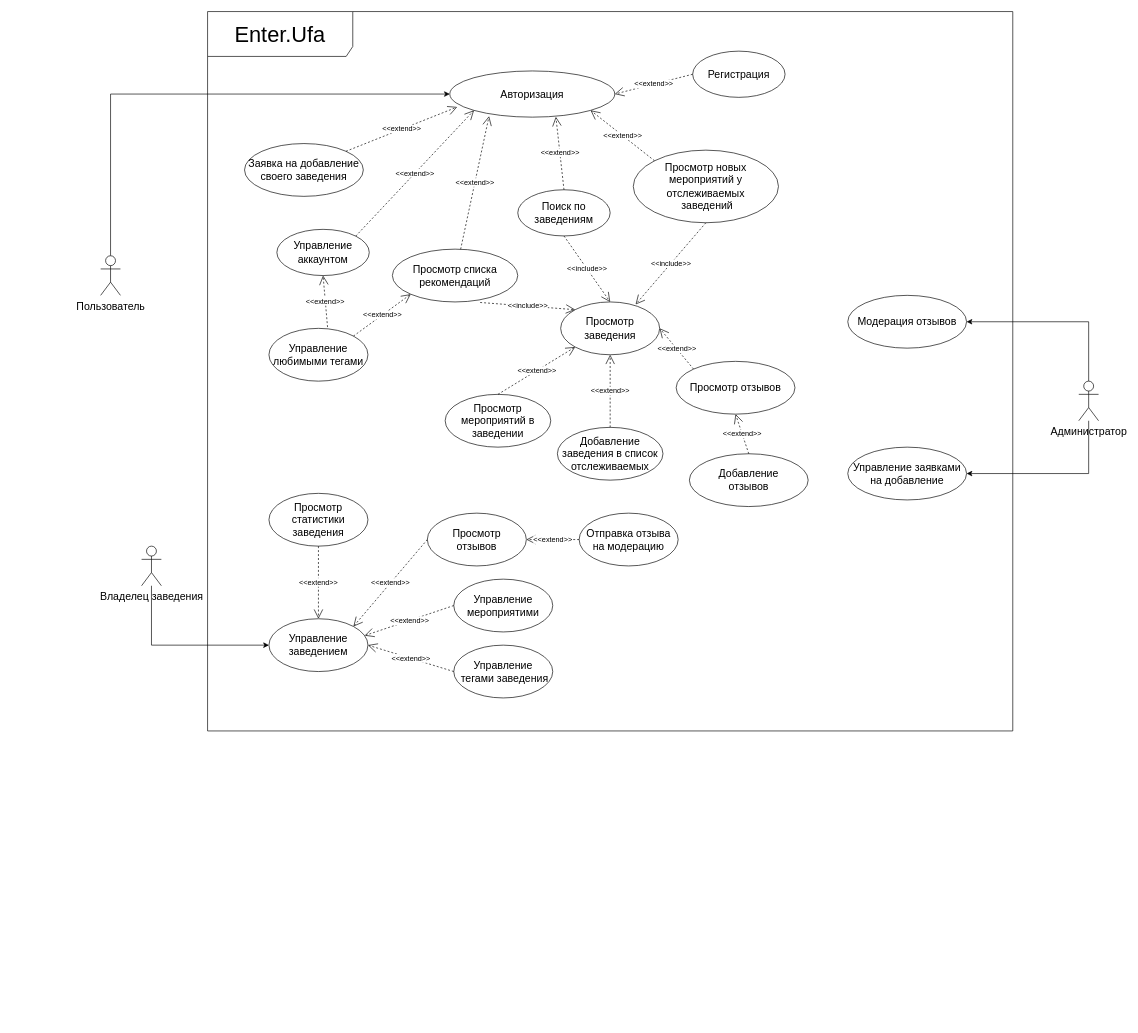
This is use case.drawio.xml from romka3214/diplom_docs, a draw.io file, before an edit. Source tidied: cells renumbered, new cells numbered last; positions are measured from the earlier drawing's top-left corner, leaving out a move shared by most shapes. Both pictures are drawn from the tidied source at 66%, with x=0, y=0 at pixel (100, 11).
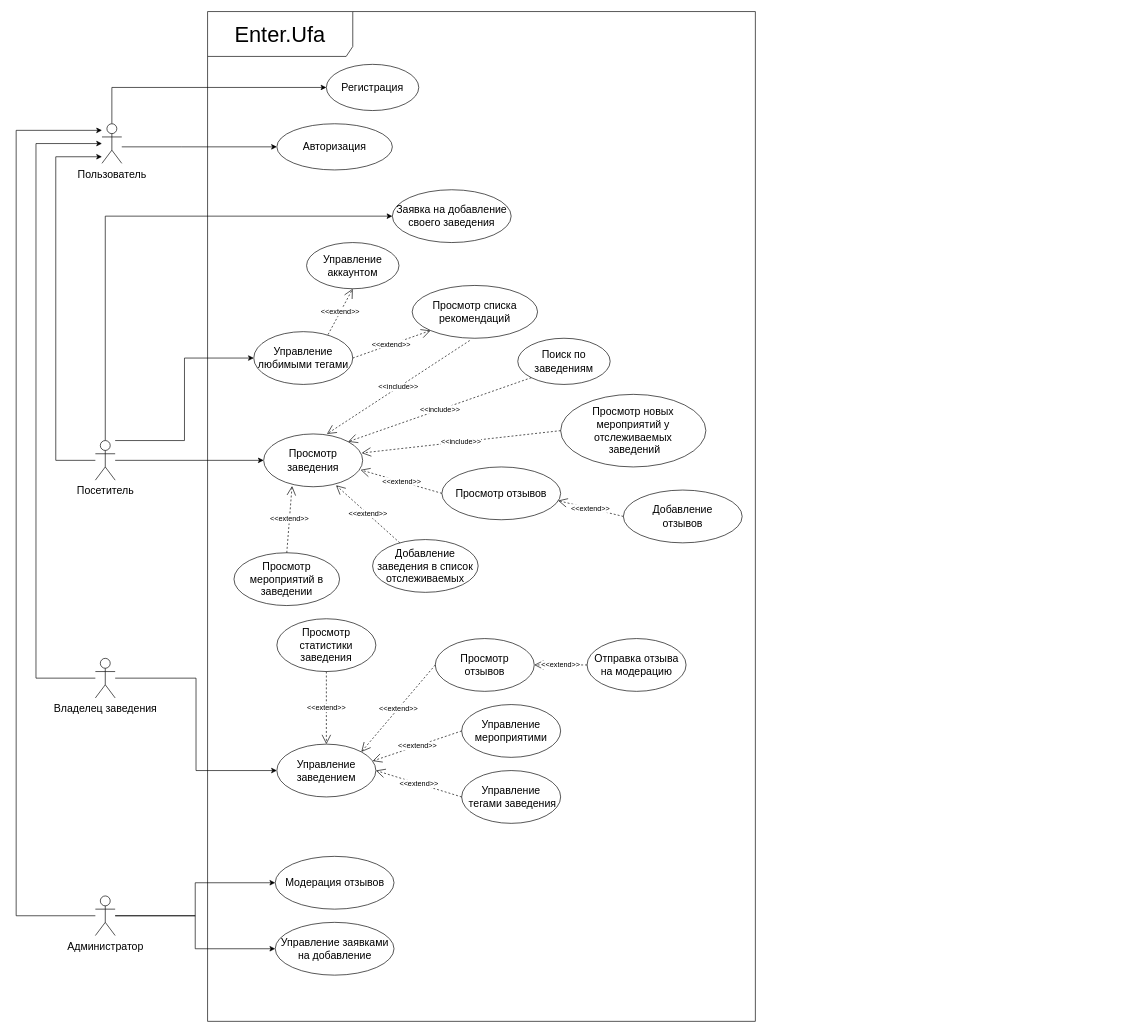
The same page after the edit.

What changed in the source:
```diff
@@
+    <mxCell id="51" style="edgeStyle=orthogonalEdgeStyle;rounded=0;jettySize=auto;html=1;entryX=0;entryY=0.5;entryDx=0;entryDy=0;" parent="1" edge="1" source="3" target="44">
+      <mxGeometry relative="1" as="geometry">
+        <Array as="points">
+          <mxPoint x="17" y="115" />
+        </Array>
+      </mxGeometry>
+    </mxCell>
     <mxCell id="2" style="edgeStyle=orthogonalEdgeStyle;rounded=0;jettySize=auto;html=1;entryX=0;entryY=0.5;entryDx=0;entryDy=0;" parent="1" edge="1" source="3" target="29">
       <mxGeometry relative="1" as="geometry">
         <Array as="points">
-          <mxPoint x="15" y="125" />
+          <mxPoint x="122" y="205" />
+          <mxPoint x="122" y="205" />
         </Array>
       </mxGeometry>
     </mxCell>
     <mxCell id="3" value="Пользователь" style="shape=umlActor;verticalLabelPosition=bottom;verticalAlign=top;html=1;fontSize=16;" parent="1" vertex="1">
-      <mxGeometry y="370" width="30" height="60" as="geometry" />
+      <mxGeometry x="2" y="170" width="30" height="60" as="geometry" />
     </mxCell>
-    <mxCell id="4" style="edgeStyle=orthogonalEdgeStyle;rounded=0;jettySize=auto;html=1;entryX=1;entryY=0.5;entryDx=0;entryDy=0;" parent="1" edge="1" source="6" target="22">
-      <mxGeometry relative="1" as="geometry">
-        <Array as="points">
-          <mxPoint x="1497" y="470" />
-        </Array>
-      </mxGeometry>
+    <mxCell id="4" style="edgeStyle=orthogonalEdgeStyle;rounded=0;jettySize=auto;html=1;entryX=0;entryY=0.5;entryDx=0;entryDy=0;" parent="1" edge="1" source="6" target="22">
+      <mxGeometry relative="1" as="geometry" />
     </mxCell>
-    <mxCell id="5" style="edgeStyle=orthogonalEdgeStyle;rounded=0;jettySize=auto;html=1;entryX=1;entryY=0.5;entryDx=0;entryDy=0;" parent="1" edge="1" source="6" target="21">
-      <mxGeometry relative="1" as="geometry">
-        <Array as="points">
-          <mxPoint x="1497" y="700" />
-        </Array>
-      </mxGeometry>
+    <mxCell id="5" style="edgeStyle=orthogonalEdgeStyle;rounded=0;jettySize=auto;html=1;entryX=0;entryY=0.5;entryDx=0;entryDy=0;" parent="1" edge="1" source="6" target="21">
+      <mxGeometry relative="1" as="geometry" />
     </mxCell>
+    <mxCell id="52" style="edgeStyle=orthogonalEdgeStyle;rounded=0;jettySize=auto;html=1;" parent="1" edge="1" source="6" target="3">
+      <mxGeometry relative="1" as="geometry">
+        <Array as="points">
+          <mxPoint x="-128" y="1370" />
+          <mxPoint x="-128" y="180" />
+        </Array>
+      </mxGeometry>
+    </mxCell>
     <mxCell id="6" value="Администратор" style="shape=umlActor;verticalLabelPosition=bottom;verticalAlign=top;html=1;fontSize=16;" parent="1" vertex="1">
-      <mxGeometry x="1482" y="560" width="30" height="60" as="geometry" />
+      <mxGeometry x="-8" y="1340" width="30" height="60" as="geometry" />
     </mxCell>
     <mxCell id="7" style="edgeStyle=orthogonalEdgeStyle;rounded=0;jettySize=auto;html=1;entryX=0;entryY=0.5;entryDx=0;entryDy=0;" parent="1" edge="1" source="8" target="18">
-      <mxGeometry relative="1" as="geometry">
-        <Array as="points">
-          <mxPoint x="77" y="960" />
-        </Array>
-      </mxGeometry>
+      <mxGeometry relative="1" as="geometry" />
     </mxCell>
-    <mxCell id="8" value="Владелец заведения" style="shape=umlActor;verticalLabelPosition=bottom;verticalAlign=top;html=1;fontSize=16;" parent="1" vertex="1">
-      <mxGeometry x="62" y="810" width="30" height="60" as="geometry" />
-    </mxCell>
     <mxCell id="9" value="Поиск по заведениям" style="ellipse;whiteSpace=wrap;html=1;fontSize=16;" parent="1" vertex="1">
-      <mxGeometry x="632" y="270" width="140" height="70" as="geometry" />
+      <mxGeometry x="632" y="495" width="140" height="70" as="geometry" />
     </mxCell>
     <mxCell id="10" value="Управление аккаунтом" style="ellipse;whiteSpace=wrap;html=1;fontSize=16;" parent="1" vertex="1">
-      <mxGeometry x="267" y="330" width="140" height="70" as="geometry" />
+      <mxGeometry x="312" y="350" width="140" height="70" as="geometry" />
     </mxCell>
     <mxCell id="11" value="Просмотр заведения" style="ellipse;whiteSpace=wrap;html=1;fontSize=16;" parent="1" vertex="1">
-      <mxGeometry x="697" y="440" width="150" height="80" as="geometry" />
+      <mxGeometry x="247" y="640" width="150" height="80" as="geometry" />
     </mxCell>
     <mxCell id="12" value="Просмотр мероприятий в заведении" style="ellipse;whiteSpace=wrap;html=1;fontSize=16;" parent="1" vertex="1">
-      <mxGeometry x="522" y="580" width="160" height="80" as="geometry" />
+      <mxGeometry x="202" y="820" width="160" height="80" as="geometry" />
     </mxCell>
     <mxCell id="13" value="Просмотр отзывов" style="ellipse;whiteSpace=wrap;html=1;fontSize=16;" parent="1" vertex="1">
-      <mxGeometry x="872" y="530" width="180" height="80" as="geometry" />
+      <mxGeometry x="517" y="690" width="180" height="80" as="geometry" />
     </mxCell>
     <mxCell id="14" value="Просмотр списка рекомендаций" style="ellipse;whiteSpace=wrap;html=1;fontSize=16;" parent="1" vertex="1">
-      <mxGeometry x="442" y="360" width="190" height="80" as="geometry" />
+      <mxGeometry x="472" y="415" width="190" height="80" as="geometry" />
     </mxCell>
     <mxCell id="15" value="Добавление заведения в список отслеживаемых" style="ellipse;whiteSpace=wrap;html=1;fontSize=16;" parent="1" vertex="1">
-      <mxGeometry x="692" y="630" width="160" height="80" as="geometry" />
+      <mxGeometry x="412" y="800" width="160" height="80" as="geometry" />
     </mxCell>
     <mxCell id="16" value="Просмотр статистики заведения" style="ellipse;whiteSpace=wrap;html=1;fontSize=16;" parent="1" vertex="1">
-      <mxGeometry x="255" y="730" width="150" height="80" as="geometry" />
+      <mxGeometry x="267" y="920" width="150" height="80" as="geometry" />
     </mxCell>
     <mxCell id="17" value="Управление мероприятими" style="ellipse;whiteSpace=wrap;html=1;fontSize=16;" parent="1" vertex="1">
-      <mxGeometry x="535" y="860" width="150" height="80" as="geometry" />
+      <mxGeometry x="547" y="1050" width="150" height="80" as="geometry" />
     </mxCell>
     <mxCell id="18" value="Управление заведением" style="ellipse;whiteSpace=wrap;html=1;fontSize=16;" parent="1" vertex="1">
-      <mxGeometry x="255" y="920" width="150" height="80" as="geometry" />
+      <mxGeometry x="267" y="1110" width="150" height="80" as="geometry" />
     </mxCell>
     <mxCell id="19" value="Просмотр &lt;br&gt;отзывов" style="ellipse;whiteSpace=wrap;html=1;fontSize=16;" parent="1" vertex="1">
-      <mxGeometry x="495" y="760" width="150" height="80" as="geometry" />
+      <mxGeometry x="507" y="950" width="150" height="80" as="geometry" />
     </mxCell>
     <mxCell id="20" value="Заявка на добавление своего заведения" style="ellipse;whiteSpace=wrap;html=1;fontSize=16;" parent="1" vertex="1">
-      <mxGeometry x="218" y="200" width="180" height="80" as="geometry" />
+      <mxGeometry x="442" y="270" width="180" height="80" as="geometry" />
     </mxCell>
     <mxCell id="21" value="Управление заявками на добавление" style="ellipse;whiteSpace=wrap;html=1;fontSize=16;" parent="1" vertex="1">
-      <mxGeometry x="1132" y="660" width="180" height="80" as="geometry" />
+      <mxGeometry x="264.5" y="1380" width="180" height="80" as="geometry" />
     </mxCell>
     <mxCell id="22" value="Модерация отзывов" style="ellipse;whiteSpace=wrap;html=1;fontSize=16;" parent="1" vertex="1">
-      <mxGeometry x="1132" y="430" width="180" height="80" as="geometry" />
+      <mxGeometry x="264.5" y="1280" width="180" height="80" as="geometry" />
     </mxCell>
     <mxCell id="23" value="Отправка отзыва на модерацию" style="ellipse;whiteSpace=wrap;html=1;fontSize=16;" parent="1" vertex="1">
-      <mxGeometry x="725" y="760" width="150" height="80" as="geometry" />
+      <mxGeometry x="737" y="950" width="150" height="80" as="geometry" />
     </mxCell>
     <mxCell id="24" value="Добавление &lt;br&gt;отзывов" style="ellipse;whiteSpace=wrap;html=1;fontSize=16;" parent="1" vertex="1">
-      <mxGeometry x="892" y="670" width="180" height="80" as="geometry" />
+      <mxGeometry x="792" y="725" width="180" height="80" as="geometry" />
     </mxCell>
     <mxCell id="25" value="Просмотр новых мероприятий у отслеживаемых&lt;br&gt;&amp;nbsp;заведений" style="ellipse;whiteSpace=wrap;html=1;fontSize=16;" parent="1" vertex="1">
-      <mxGeometry x="807" y="210" width="220" height="110" as="geometry" />
+      <mxGeometry x="697" y="580" width="220" height="110" as="geometry" />
     </mxCell>
     <mxCell id="26" value="Управление любимыми тегами" style="ellipse;whiteSpace=wrap;html=1;fontSize=16;" parent="1" vertex="1">
-      <mxGeometry x="255" y="480" width="150" height="80" as="geometry" />
+      <mxGeometry x="232" y="485" width="150" height="80" as="geometry" />
     </mxCell>
     <mxCell id="27" value="Управление&lt;br&gt;&amp;nbsp;тегами заведения" style="ellipse;whiteSpace=wrap;html=1;fontSize=16;" parent="1" vertex="1">
-      <mxGeometry x="535" y="960" width="150" height="80" as="geometry" />
+      <mxGeometry x="547" y="1150" width="150" height="80" as="geometry" />
     </mxCell>
     <mxCell id="28" value="&lt;font style=&quot;font-size: 33px;&quot;&gt;Enter.Ufa &lt;br&gt;&lt;/font&gt;" style="shape=umlFrame;whiteSpace=wrap;html=1;width=220;height=68;" parent="1" vertex="1">
-      <mxGeometry x="162" width="1220" height="1090" as="geometry" />
+      <mxGeometry x="162" width="830" height="1530" as="geometry" />
     </mxCell>
     <mxCell id="29" value="&lt;font style=&quot;font-size: 16px;&quot;&gt;Авторизация&lt;/font&gt;" style="ellipse;whiteSpace=wrap;html=1;" parent="1" vertex="1">
-      <mxGeometry x="529" y="90" width="250" height="70" as="geometry" />
+      <mxGeometry x="267" y="170" width="175" height="70" as="geometry" />
     </mxCell>
-    <mxCell id="30" value="&amp;lt;&amp;lt;extend&amp;gt;&amp;gt;" style="endArrow=open;endSize=12;dashed=1;html=1;rounded=0;exitX=0.592;exitY=-0.024;exitDx=0;exitDy=0;entryX=0.5;entryY=1;entryDx=0;entryDy=0;exitPerimeter=0;" parent="1" edge="1" source="26" target="10">
+    <mxCell id="30" value="&amp;lt;&amp;lt;extend&amp;gt;&amp;gt;" style="endArrow=open;endSize=12;dashed=1;html=1;rounded=0;exitX=0.75;exitY=0.056;exitDx=0;exitDy=0;entryX=0.5;entryY=1;entryDx=0;entryDy=0;exitPerimeter=0;" parent="1" edge="1" source="26" target="10">
       <mxGeometry relative="1" as="geometry" />
     </mxCell>
-    <mxCell id="31" value="&amp;lt;&amp;lt;include&amp;gt;&amp;gt;" style="endArrow=open;endSize=12;dashed=1;html=1;rounded=0;exitX=0.5;exitY=1;exitDx=0;exitDy=0;entryX=0.5;entryY=0;entryDx=0;entryDy=0;" parent="1" edge="1" source="9" target="11">
+    <mxCell id="31" value="&amp;lt;&amp;lt;include&amp;gt;&amp;gt;" style="endArrow=open;endSize=12;dashed=1;html=1;rounded=0;exitX=0;exitY=1;exitDx=0;exitDy=0;entryX=1;entryY=0;entryDx=0;entryDy=0;" parent="1" edge="1" source="9" target="11">
       <mxGeometry relative="1" as="geometry" />
     </mxCell>
-    <mxCell id="32" value="&amp;lt;&amp;lt;extend&amp;gt;&amp;gt;" style="endArrow=open;endSize=12;dashed=1;html=1;rounded=0;exitX=0.5;exitY=0;exitDx=0;exitDy=0;entryX=0.5;entryY=1;entryDx=0;entryDy=0;" parent="1" edge="1" source="24" target="13">
+    <mxCell id="32" value="&amp;lt;&amp;lt;extend&amp;gt;&amp;gt;" style="endArrow=open;endSize=12;dashed=1;html=1;rounded=0;exitX=0;exitY=0.5;exitDx=0;exitDy=0;entryX=0.978;entryY=0.638;entryDx=0;entryDy=0;entryPerimeter=0;" parent="1" edge="1" source="24" target="13">
       <mxGeometry relative="1" as="geometry" />
     </mxCell>
-    <mxCell id="33" value="&amp;lt;&amp;lt;extend&amp;gt;&amp;gt;" style="endArrow=open;endSize=12;dashed=1;html=1;rounded=0;exitX=0;exitY=0;exitDx=0;exitDy=0;entryX=1;entryY=0.5;entryDx=0;entryDy=0;" parent="1" edge="1" source="13" target="11">
+    <mxCell id="33" value="&amp;lt;&amp;lt;extend&amp;gt;&amp;gt;" style="endArrow=open;endSize=12;dashed=1;html=1;rounded=0;exitX=0;exitY=0.5;exitDx=0;exitDy=0;entryX=0.979;entryY=0.681;entryDx=0;entryDy=0;entryPerimeter=0;" parent="1" edge="1" source="13" target="11">
       <mxGeometry relative="1" as="geometry" />
     </mxCell>
-    <mxCell id="34" value="&amp;lt;&amp;lt;extend&amp;gt;&amp;gt;" style="endArrow=open;endSize=12;dashed=1;html=1;rounded=0;entryX=0.5;entryY=1;entryDx=0;entryDy=0;" parent="1" edge="1" source="15" target="11">
+    <mxCell id="34" value="&amp;lt;&amp;lt;extend&amp;gt;&amp;gt;" style="endArrow=open;endSize=12;dashed=1;html=1;rounded=0;entryX=0.731;entryY=0.972;entryDx=0;entryDy=0;entryPerimeter=0;" parent="1" edge="1" source="15" target="11">
       <mxGeometry relative="1" as="geometry" />
     </mxCell>
-    <mxCell id="35" value="&amp;lt;&amp;lt;extend&amp;gt;&amp;gt;" style="endArrow=open;endSize=12;dashed=1;html=1;rounded=0;entryX=0;entryY=1;entryDx=0;entryDy=0;exitX=0.5;exitY=0;exitDx=0;exitDy=0;" parent="1" edge="1" source="12" target="11">
+    <mxCell id="35" value="&amp;lt;&amp;lt;extend&amp;gt;&amp;gt;" style="endArrow=open;endSize=12;dashed=1;html=1;rounded=0;entryX=0.287;entryY=0.986;entryDx=0;entryDy=0;exitX=0.5;exitY=0;exitDx=0;exitDy=0;entryPerimeter=0;" parent="1" edge="1" source="12" target="11">
       <mxGeometry relative="1" as="geometry" />
     </mxCell>
-    <mxCell id="36" value="&amp;lt;&amp;lt;include&amp;gt;&amp;gt;" style="endArrow=open;endSize=12;dashed=1;html=1;rounded=0;exitX=0.5;exitY=1;exitDx=0;exitDy=0;entryX=0.757;entryY=0.047;entryDx=0;entryDy=0;entryPerimeter=0;" parent="1" edge="1" source="25" target="11">
+    <mxCell id="36" value="&amp;lt;&amp;lt;include&amp;gt;&amp;gt;" style="endArrow=open;endSize=12;dashed=1;html=1;rounded=0;exitX=0;exitY=0.5;exitDx=0;exitDy=0;entryX=0.99;entryY=0.361;entryDx=0;entryDy=0;entryPerimeter=0;" parent="1" edge="1" source="25" target="11">
       <mxGeometry relative="1" as="geometry" />
     </mxCell>
-    <mxCell id="37" value="&amp;lt;&amp;lt;include&amp;gt;&amp;gt;" style="endArrow=open;endSize=12;dashed=1;html=1;rounded=0;exitX=0.7;exitY=1.01;exitDx=0;exitDy=0;entryX=0;entryY=0;entryDx=0;entryDy=0;exitPerimeter=0;" parent="1" edge="1" source="14" target="11">
+    <mxCell id="37" value="&amp;lt;&amp;lt;include&amp;gt;&amp;gt;" style="endArrow=open;endSize=12;dashed=1;html=1;rounded=0;exitX=0.459;exitY=1.043;exitDx=0;exitDy=0;entryX=0.639;entryY=0;entryDx=0;entryDy=0;exitPerimeter=0;entryPerimeter=0;" parent="1" edge="1" source="14" target="11">
       <mxGeometry relative="1" as="geometry" />
     </mxCell>
-    <mxCell id="38" value="&amp;lt;&amp;lt;extend&amp;gt;&amp;gt;" style="endArrow=open;endSize=12;dashed=1;html=1;rounded=0;entryX=1;entryY=1;entryDx=0;entryDy=0;exitX=0;exitY=0;exitDx=0;exitDy=0;" parent="1" edge="1" source="25" target="29">
-      <mxGeometry relative="1" as="geometry" />
-    </mxCell>
-    <mxCell id="39" value="&amp;lt;&amp;lt;extend&amp;gt;&amp;gt;" style="endArrow=open;endSize=12;dashed=1;html=1;rounded=0;entryX=0.643;entryY=0.993;entryDx=0;entryDy=0;exitX=0.5;exitY=0;exitDx=0;exitDy=0;entryPerimeter=0;" parent="1" edge="1" source="9" target="29">
-      <mxGeometry relative="1" as="geometry" />
-    </mxCell>
-    <mxCell id="40" value="&amp;lt;&amp;lt;extend&amp;gt;&amp;gt;" style="endArrow=open;endSize=12;dashed=1;html=1;rounded=0;entryX=0.238;entryY=0.978;entryDx=0;entryDy=0;entryPerimeter=0;" parent="1" edge="1" source="14" target="29">
-      <mxGeometry relative="1" as="geometry" />
-    </mxCell>
-    <mxCell id="41" value="&amp;lt;&amp;lt;extend&amp;gt;&amp;gt;" style="endArrow=open;endSize=12;dashed=1;html=1;rounded=0;exitX=1;exitY=0;exitDx=0;exitDy=0;entryX=0;entryY=1;entryDx=0;entryDy=0;" parent="1" edge="1" source="26" target="14">
+    <mxCell id="41" value="&amp;lt;&amp;lt;extend&amp;gt;&amp;gt;" style="endArrow=open;endSize=12;dashed=1;html=1;rounded=0;exitX=1;exitY=0.5;exitDx=0;exitDy=0;entryX=0;entryY=1;entryDx=0;entryDy=0;" parent="1" edge="1" source="26" target="14">
       <mxGeometry relative="1" as="geometry" />
     </mxCell>
-    <mxCell id="42" value="&amp;lt;&amp;lt;extend&amp;gt;&amp;gt;" style="endArrow=open;endSize=12;dashed=1;html=1;rounded=0;exitX=1;exitY=0;exitDx=0;exitDy=0;entryX=0.045;entryY=0.781;entryDx=0;entryDy=0;entryPerimeter=0;" parent="1" edge="1" source="20" target="29">
-      <mxGeometry relative="1" as="geometry" />
-    </mxCell>
-    <mxCell id="43" value="&amp;lt;&amp;lt;extend&amp;gt;&amp;gt;" style="endArrow=open;endSize=12;dashed=1;html=1;rounded=0;exitX=1;exitY=0;exitDx=0;exitDy=0;entryX=0;entryY=1;entryDx=0;entryDy=0;" parent="1" edge="1" source="10" target="29">
-      <mxGeometry relative="1" as="geometry" />
-    </mxCell>
     <mxCell id="44" value="&lt;font style=&quot;font-size: 16px;&quot;&gt; Регистрация&lt;/font&gt;" style="ellipse;whiteSpace=wrap;html=1;" parent="1" vertex="1">
-      <mxGeometry x="897" y="60" width="140" height="70" as="geometry" />
+      <mxGeometry x="342" y="80" width="140" height="70" as="geometry" />
     </mxCell>
-    <mxCell id="45" value="&amp;lt;&amp;lt;extend&amp;gt;&amp;gt;" style="endArrow=open;endSize=12;dashed=1;html=1;rounded=0;entryX=1;entryY=0.5;entryDx=0;entryDy=0;exitX=0;exitY=0.5;exitDx=0;exitDy=0;" parent="1" edge="1" source="44" target="29">
-      <mxGeometry relative="1" as="geometry" />
-    </mxCell>
@@
+    <mxCell id="53" style="edgeStyle=orthogonalEdgeStyle;rounded=0;jettySize=auto;html=1;" parent="1" edge="1" source="57" target="3">
+      <mxGeometry relative="1" as="geometry">
+        <Array as="points">
+          <mxPoint x="-68" y="680" />
+          <mxPoint x="-68" y="220" />
+        </Array>
+      </mxGeometry>
+    </mxCell>
+    <mxCell id="54" style="edgeStyle=orthogonalEdgeStyle;rounded=0;jettySize=auto;html=1;entryX=0;entryY=0.5;entryDx=0;entryDy=0;" parent="1" edge="1" source="57" target="26">
+      <mxGeometry relative="1" as="geometry">
+        <Array as="points">
+          <mxPoint x="127" y="650" />
+          <mxPoint x="127" y="525" />
+        </Array>
+      </mxGeometry>
+    </mxCell>
+    <mxCell id="55" style="edgeStyle=orthogonalEdgeStyle;rounded=0;jettySize=auto;html=1;entryX=0;entryY=0.5;entryDx=0;entryDy=0;" parent="1" edge="1" source="57" target="20">
+      <mxGeometry relative="1" as="geometry">
+        <Array as="points">
+          <mxPoint x="7" y="310" />
+        </Array>
+      </mxGeometry>
+    </mxCell>
+    <mxCell id="56" style="edgeStyle=orthogonalEdgeStyle;rounded=0;jettySize=auto;html=1;entryX=0;entryY=0.5;entryDx=0;entryDy=0;" parent="1" edge="1" source="57" target="11">
+      <mxGeometry relative="1" as="geometry" />
+    </mxCell>
+    <mxCell id="57" value="Посетитель" style="shape=umlActor;verticalLabelPosition=bottom;verticalAlign=top;html=1;fontSize=16;" parent="1" vertex="1">
+      <mxGeometry x="-8" y="650" width="30" height="60" as="geometry" />
+    </mxCell>
+    <mxCell id="58" style="edgeStyle=orthogonalEdgeStyle;rounded=0;jettySize=auto;html=1;" parent="1" edge="1" source="8" target="3">
+      <mxGeometry relative="1" as="geometry">
+        <Array as="points">
+          <mxPoint x="-98" y="1010" />
+          <mxPoint x="-98" y="200" />
+        </Array>
+      </mxGeometry>
+    </mxCell>
+    <mxCell id="8" value="Владелец заведения" style="shape=umlActor;verticalLabelPosition=bottom;verticalAlign=top;html=1;fontSize=16;" parent="1" vertex="1">
+      <mxGeometry x="-8" y="980" width="30" height="60" as="geometry" />
+    </mxCell>
```
